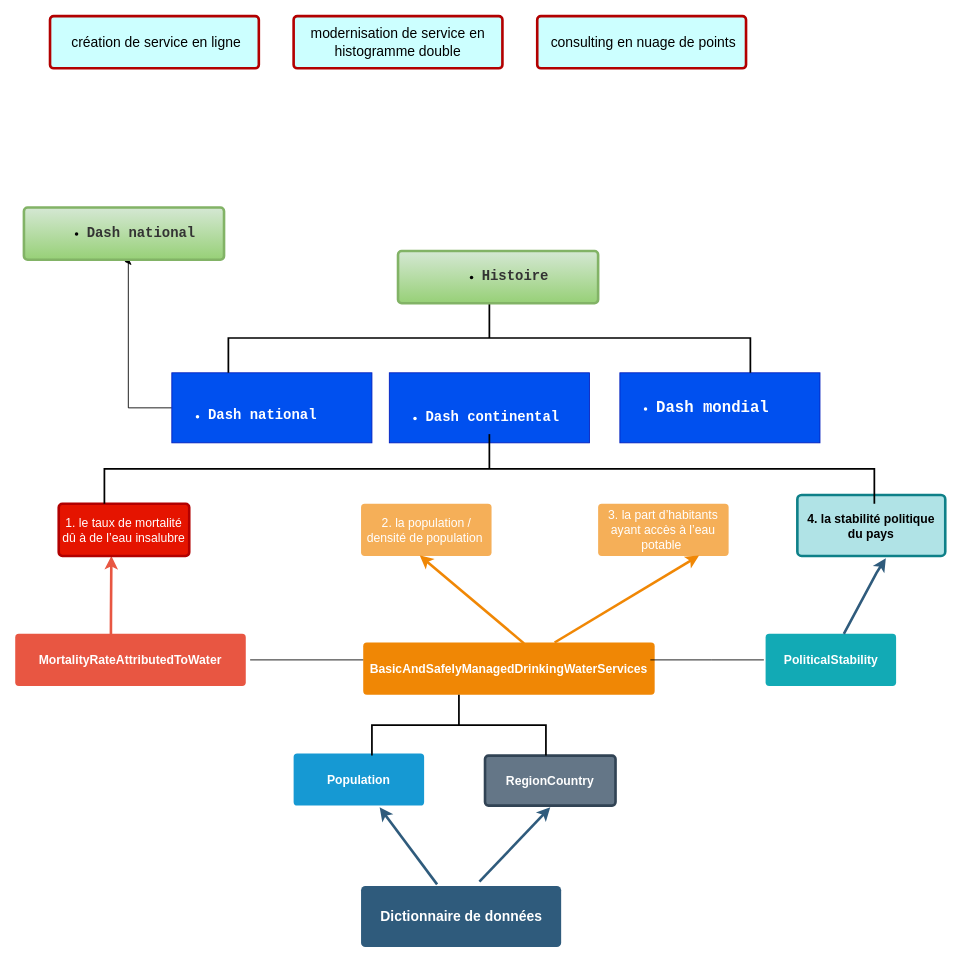
This is .github/workflows/Untitled Diagram.drawio from louzhixin/bootstrap, a draw.io file, before an edit. Source tidied: cells renumbered, new cells numbered last; positions are measured from the earlier drawing's top-left corner, leaving out a move shared by most shapes. Both pictures are drawn from the tidied source at 87%, with x=0, y=0 at pixel (15, 16).
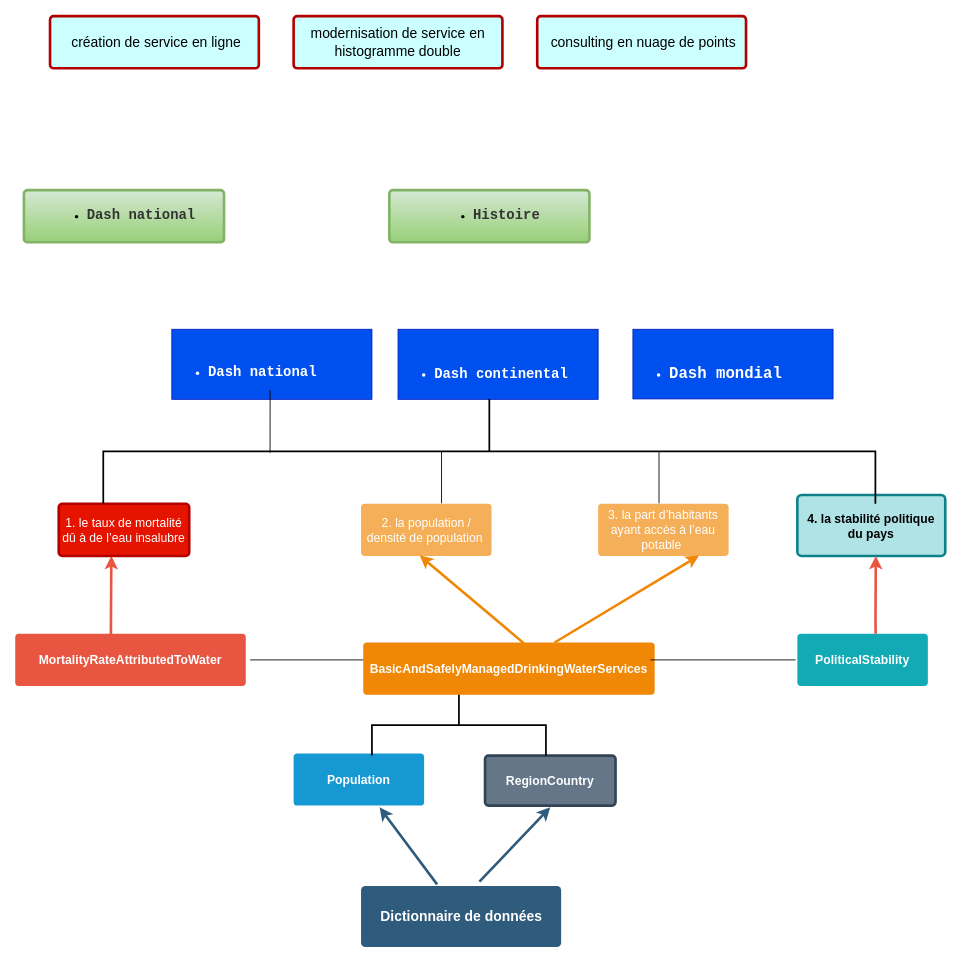
After the change.

Unchanged cells that the change refers to:
```xml
<mxCell id="14" value="4. la stabilité politique du pays" style="rounded=1;whiteSpace=wrap;html=1;shadow=0;labelBackgroundColor=none;strokeColor=#0e8088;strokeWidth=3;fillColor=#b0e3e6;fontFamily=Helvetica;fontSize=14;align=center;spacing=5;fontStyle=1;arcSize=7;perimeterSpacing=2;" parent="1" vertex="1">
  <mxGeometry x="899" y="550.5" width="170" height="70" as="geometry" />
</mxCell>
```

Diff of the diagram source:
```diff
@@
     <mxCell id="10" value="PoliticalStability" style="rounded=1;whiteSpace=wrap;html=1;shadow=0;labelBackgroundColor=none;strokeColor=none;strokeWidth=3;fillColor=#12aab5;fontFamily=Helvetica;fontSize=14;fontColor=#FFFFFF;align=center;spacing=5;fontStyle=1;arcSize=7;perimeterSpacing=2;" parent="1" vertex="1">
-      <mxGeometry x="862.5" y="710" width="150" height="60" as="geometry" />
+      <mxGeometry x="899" y="710" width="150" height="60" as="geometry" />
     </mxCell>
@@
-    <mxCell id="13" style="edgeStyle=none;rounded=0;jumpStyle=none;html=1;shadow=0;labelBackgroundColor=none;startArrow=none;startFill=0;endArrow=classic;endFill=1;jettySize=auto;strokeColor=#2F5B7C;strokeWidth=3;fontFamily=Helvetica;fontSize=16;fontColor=#23445D;spacing=5;exitX=0.597;exitY=0.031;exitDx=0;exitDy=0;exitPerimeter=0;entryX=0.596;entryY=1.007;entryDx=0;entryDy=0;entryPerimeter=0;" parent="1" edge="1" source="10" target="14">
-      <mxGeometry relative="1" as="geometry">
-        <Array as="points">
-          <mxPoint x="990" y="640" />
-        </Array>
-      </mxGeometry>
-    </mxCell>
@@
-    <mxCell id="15" style="edgeStyle=orthogonalEdgeStyle;rounded=0;jettySize=auto;html=1;fontSize=18;entryX=0.5;entryY=1;entryDx=0;entryDy=0;" parent="1" edge="1" source="16" target="17">
-      <mxGeometry relative="1" as="geometry">
-        <Array as="points">
-          <mxPoint x="130" y="450" />
-          <mxPoint x="130" y="282" />
-        </Array>
-      </mxGeometry>
-    </mxCell>
     <mxCell id="16" value="&lt;div&gt;&lt;font face=&quot;courier new&quot; size=&quot;3&quot;&gt;&lt;b&gt;&lt;br&gt;&lt;/b&gt;&lt;/font&gt;&lt;/div&gt;&lt;ul&gt;&lt;li&gt;&lt;span id=&quot;docs-internal-guid-a96f0c7e-7fff-f5a6-9407-e30a12a7a160&quot;&gt;&lt;span style=&quot;font-family: &amp;#34;courier new&amp;#34; ; background-color: transparent ; vertical-align: baseline&quot;&gt;&lt;font size=&quot;3&quot;&gt;&lt;b&gt;Dash national&lt;/b&gt;&lt;/font&gt;&lt;/span&gt;&lt;/span&gt;&lt;br&gt;&lt;/li&gt;&lt;/ul&gt;" style="text;strokeColor=#001DBC;fillColor=#0050ef;html=1;whiteSpace=wrap;verticalAlign=middle;overflow=hidden;fontColor=#ffffff;" parent="1" vertex="1">
-      <mxGeometry x="180" y="410" width="230" height="80.5" as="geometry" />
+      <mxGeometry x="180" y="360" width="230" height="80.5" as="geometry" />
     </mxCell>
     <mxCell id="17" value="&lt;ul style=&quot;font-size: 12px ; text-align: left&quot;&gt;&lt;li&gt;&lt;span id=&quot;docs-internal-guid-a96f0c7e-7fff-f5a6-9407-e30a12a7a160&quot;&gt;&lt;span style=&quot;font-family: &amp;#34;courier new&amp;#34; ; background-color: transparent ; vertical-align: baseline&quot;&gt;&lt;font size=&quot;3&quot; color=&quot;#333333&quot;&gt;&lt;b&gt;Dash national&lt;/b&gt;&lt;/font&gt;&lt;/span&gt;&lt;/span&gt;&lt;/li&gt;&lt;/ul&gt;" style="rounded=1;whiteSpace=wrap;html=1;shadow=0;labelBackgroundColor=none;strokeWidth=3;fillColor=#d5e8d4;fontFamily=Helvetica;fontSize=14;align=center;spacing=5;arcSize=7;perimeterSpacing=2;gradientColor=#97d077;strokeColor=#82b366;" parent="1" vertex="1">
-      <mxGeometry x="10" y="220" width="230" height="60" as="geometry" />
+      <mxGeometry x="10" y="200" width="230" height="60" as="geometry" />
     </mxCell>
@@
     <mxCell id="22" value="&lt;div&gt;&lt;font face=&quot;courier new&quot;&gt;&lt;span style=&quot;font-size: 18px&quot;&gt;&lt;b&gt;&lt;br&gt;&lt;/b&gt;&lt;/span&gt;&lt;/font&gt;&lt;/div&gt;&lt;ul&gt;&lt;li&gt;&lt;font size=&quot;3&quot;&gt;&lt;b&gt;&lt;span id=&quot;docs-internal-guid-dc1c070a-7fff-9577-5b31-1ad5c942e404&quot;&gt;&lt;span style=&quot;font-family: &amp;#34;courier new&amp;#34; ; background-color: transparent ; vertical-align: baseline&quot;&gt;Dash continental&lt;/span&gt;&lt;/span&gt;&lt;/b&gt;&lt;/font&gt;&lt;/li&gt;&lt;/ul&gt;" style="text;strokeColor=#001DBC;fillColor=#0050ef;html=1;whiteSpace=wrap;verticalAlign=middle;overflow=hidden;fontColor=#ffffff;" parent="1" vertex="1">
-      <mxGeometry x="430" y="410" width="230" height="80.5" as="geometry" />
+      <mxGeometry x="440" y="360" width="230" height="80.5" as="geometry" />
     </mxCell>
-    <mxCell id="23" value="&lt;ul&gt;&lt;li&gt;&lt;font style=&quot;font-size: 18px&quot;&gt;&lt;b&gt;&lt;span id=&quot;docs-internal-guid-63e0c139-7fff-4fa7-c3d6-cd8b07c6e42c&quot;&gt;&lt;span style=&quot;font-family: &amp;#34;courier new&amp;#34; ; background-color: transparent ; vertical-align: baseline&quot;&gt;Dash mondial&lt;/span&gt;&lt;/span&gt;&lt;/b&gt;&lt;/font&gt;&lt;/li&gt;&lt;/ul&gt;" style="text;strokeColor=#001DBC;fillColor=#0050ef;html=1;whiteSpace=wrap;verticalAlign=middle;overflow=hidden;fontColor=#ffffff;" parent="1" vertex="1">
-      <mxGeometry x="695" y="410" width="230" height="80.5" as="geometry" />
+    <mxCell id="23" value="&lt;div&gt;&lt;font face=&quot;courier new&quot;&gt;&lt;span style=&quot;font-size: 18px&quot;&gt;&lt;b&gt;&lt;br&gt;&lt;/b&gt;&lt;/span&gt;&lt;/font&gt;&lt;/div&gt;&lt;ul&gt;&lt;li&gt;&lt;font style=&quot;font-size: 18px&quot;&gt;&lt;b&gt;&lt;span id=&quot;docs-internal-guid-63e0c139-7fff-4fa7-c3d6-cd8b07c6e42c&quot;&gt;&lt;span style=&quot;font-family: &amp;#34;courier new&amp;#34; ; background-color: transparent ; vertical-align: baseline&quot;&gt;Dash mondial&lt;/span&gt;&lt;/span&gt;&lt;/b&gt;&lt;/font&gt;&lt;/li&gt;&lt;/ul&gt;" style="text;strokeColor=#001DBC;fillColor=#0050ef;html=1;whiteSpace=wrap;verticalAlign=middle;overflow=hidden;fontColor=#ffffff;" parent="1" vertex="1">
+      <mxGeometry x="710" y="360" width="230" height="80" as="geometry" />
     </mxCell>
@@
     <mxCell id="25" style="strokeWidth=2;html=1;shape=mxgraph.flowchart.annotation_2;align=left;labelPosition=right;labelBackgroundColor=#9999FF;fontSize=18;fontColor=#333333;fillColor=#CCFFFF;direction=south;" parent="1" vertex="1">
-      <mxGeometry x="102.5" y="480.5" width="885" height="80" as="geometry" />
+      <mxGeometry x="101.2" y="440" width="887.5" height="120.5" as="geometry" />
     </mxCell>
@@
-    <mxCell id="30" style="strokeWidth=2;html=1;shape=mxgraph.flowchart.annotation_2;align=left;labelPosition=right;labelBackgroundColor=#9999FF;fontSize=18;fontColor=#333333;fillColor=#CCFFFF;direction=south;" parent="1" vertex="1">
-      <mxGeometry x="245" y="330" width="600" height="80" as="geometry" />
-    </mxCell>
     <mxCell id="31" value="&lt;ul style=&quot;font-size: 12px ; text-align: left&quot;&gt;&lt;li&gt;&lt;span id=&quot;docs-internal-guid-a96f0c7e-7fff-f5a6-9407-e30a12a7a160&quot;&gt;&lt;span style=&quot;font-family: &amp;#34;courier new&amp;#34; ; background-color: transparent ; vertical-align: baseline&quot;&gt;&lt;font size=&quot;3&quot; color=&quot;#333333&quot;&gt;&lt;b&gt;Histoire&lt;/b&gt;&lt;/font&gt;&lt;/span&gt;&lt;/span&gt;&lt;/li&gt;&lt;/ul&gt;" style="rounded=1;whiteSpace=wrap;html=1;shadow=0;labelBackgroundColor=none;strokeWidth=3;fillColor=#d5e8d4;fontFamily=Helvetica;fontSize=14;align=center;spacing=5;arcSize=7;perimeterSpacing=2;gradientColor=#97d077;strokeColor=#82b366;" parent="1" vertex="1">
-      <mxGeometry x="440" y="270" width="230" height="60" as="geometry" />
+      <mxGeometry x="430" y="200" width="230" height="60" as="geometry" />
     </mxCell>
+    <mxCell id="32" style="endArrow=none;html=1;rounded=0;exitX=0.514;exitY=0.784;exitDx=0;exitDy=0;exitPerimeter=0;" parent="1" edge="1" source="25">
+      <mxGeometry relative="1" as="geometry">
+        <mxPoint x="293" y="430" as="targetPoint" />
+      </mxGeometry>
+    </mxCell>
+    <mxCell id="33" style="endArrow=none;html=1;rounded=0;" parent="1" edge="1">
+      <mxGeometry relative="1" as="geometry">
+        <mxPoint x="490" y="560" as="sourcePoint" />
+        <mxPoint x="490" y="500" as="targetPoint" />
+      </mxGeometry>
+    </mxCell>
+    <mxCell id="34" style="endArrow=none;html=1;rounded=0;" parent="1" edge="1">
+      <mxGeometry relative="1" as="geometry">
+        <mxPoint x="740" y="560" as="sourcePoint" />
+        <mxPoint x="740" y="500" as="targetPoint" />
+      </mxGeometry>
+    </mxCell>
+    <mxCell id="35" style="edgeStyle=none;rounded=1;jumpStyle=none;html=1;shadow=0;labelBackgroundColor=none;startArrow=none;startFill=0;jettySize=auto;orthogonalLoop=1;strokeColor=#E85642;strokeWidth=3;fontFamily=Helvetica;fontSize=14;fontColor=#FFFFFF;spacing=5;fontStyle=1;fillColor=#b0e3e6;" parent="1" edge="1">
+      <mxGeometry relative="1" as="geometry">
+        <mxPoint x="989" y="710" as="sourcePoint" />
+        <mxPoint x="989.2" y="620.5" as="targetPoint" />
+        <Array as="points">
+          <mxPoint x="988.8" y="696" />
+        </Array>
+      </mxGeometry>
+    </mxCell>
```
